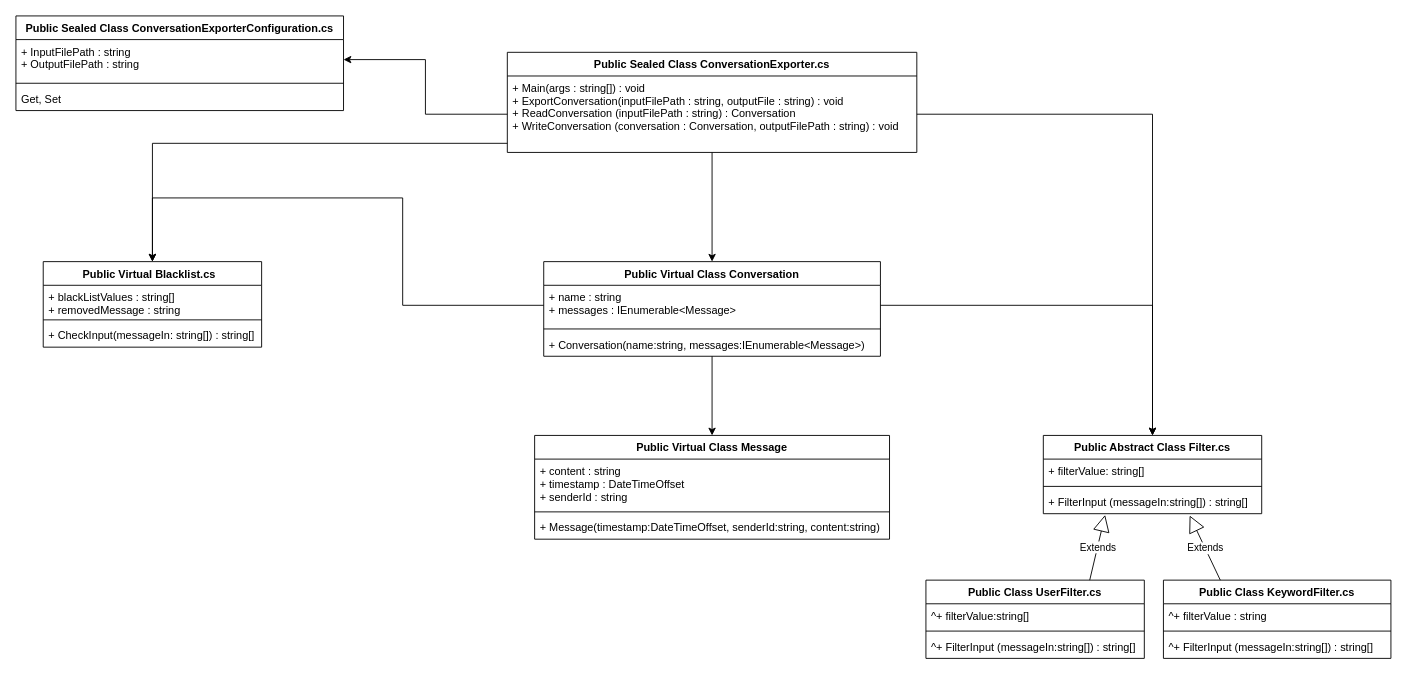
Before: Untitled Diagram.drawio in mindlink/my-chat-dotnet, a draw.io diagram. Source tidied: cells renumbered, new cells numbered last; positions are measured from the earlier drawing's top-left corner, leaving out a move shared by most shapes. Both pictures are drawn from the tidied source at 91%, with x=0, y=0 at pixel (15, 15).
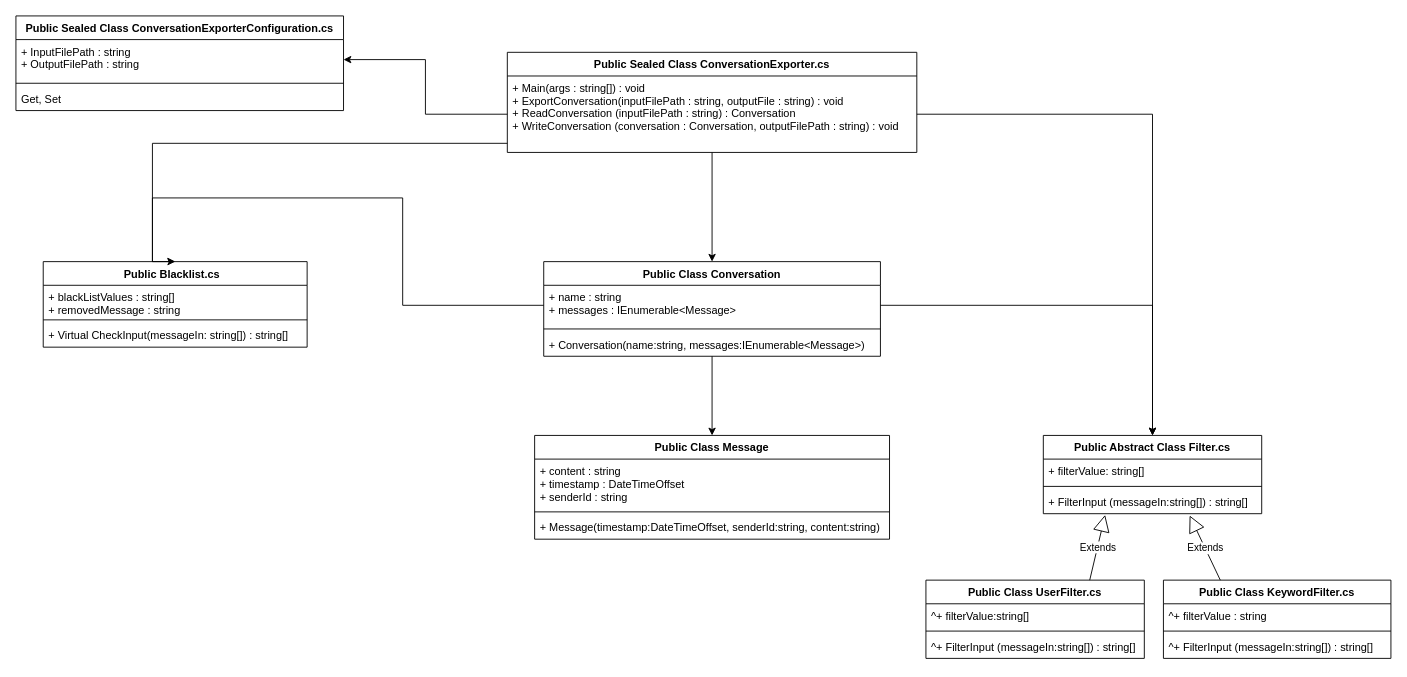
Above is the later version.

The edit, as a diff of the source:
```diff
@@
-    <mxCell id="10" value="Public Virtual Class Conversation" style="swimlane;fontStyle=1;align=center;verticalAlign=top;horizontal=1;startSize=26;" parent="1" vertex="1">
+    <mxCell id="10" value="Public Class Conversation" style="swimlane;fontStyle=1;align=center;verticalAlign=top;horizontal=1;startSize=26;" parent="1" vertex="1">
       <mxGeometry x="580" y="270" width="370" height="104" as="geometry" />
     </mxCell>
@@
-    <mxCell id="14" value="Public Virtual Class Message" style="swimlane;fontStyle=1;align=center;verticalAlign=top;horizontal=1;startSize=26;" parent="1" vertex="1">
+    <mxCell id="14" value="Public Class Message" style="swimlane;fontStyle=1;align=center;verticalAlign=top;horizontal=1;startSize=26;" parent="1" vertex="1">
       <mxGeometry x="570" y="461" width="390" height="114" as="geometry" />
     </mxCell>
@@
-    <mxCell id="36" value="Public Virtual Blacklist.cs  " style="swimlane;fontStyle=1;align=center;verticalAlign=top;horizontal=1;startSize=26;" parent="1" vertex="1">
-      <mxGeometry x="30" y="270" width="240" height="94" as="geometry" />
+    <mxCell id="36" value="Public Blacklist.cs  " style="swimlane;fontStyle=1;align=center;verticalAlign=top;horizontal=1;startSize=26;" parent="1" vertex="1">
+      <mxGeometry x="30" y="270" width="290" height="94" as="geometry" />
     </mxCell>
     <mxCell id="37" value="+ blackListValues : string[]&#10;+ removedMessage : string" style="text;strokeColor=none;fillColor=none;align=left;verticalAlign=top;spacingLeft=4;spacingRight=4;overflow=hidden;" parent="36" vertex="1">
-      <mxGeometry y="26" width="240" height="34" as="geometry" />
+      <mxGeometry y="26" width="290" height="34" as="geometry" />
     </mxCell>
     <mxCell id="38" style="line;strokeWidth=1;fillColor=none;align=left;verticalAlign=middle;spacingTop=-1;spacingLeft=3;spacingRight=3;labelPosition=right;" parent="36" vertex="1">
-      <mxGeometry y="60" width="240" height="8" as="geometry" />
+      <mxGeometry y="60" width="290" height="8" as="geometry" />
     </mxCell>
-    <mxCell id="39" value="+ CheckInput(messageIn: string[]) : string[]" style="text;strokeColor=none;fillColor=none;align=left;verticalAlign=top;spacingLeft=4;spacingRight=4;overflow=hidden;" parent="36" vertex="1">
-      <mxGeometry y="68" width="240" height="26" as="geometry" />
+    <mxCell id="39" value="+ Virtual CheckInput(messageIn: string[]) : string[]" style="text;strokeColor=none;fillColor=none;align=left;verticalAlign=top;spacingLeft=4;spacingRight=4;overflow=hidden;" parent="36" vertex="1">
+      <mxGeometry y="68" width="290" height="26" as="geometry" />
     </mxCell>
```
